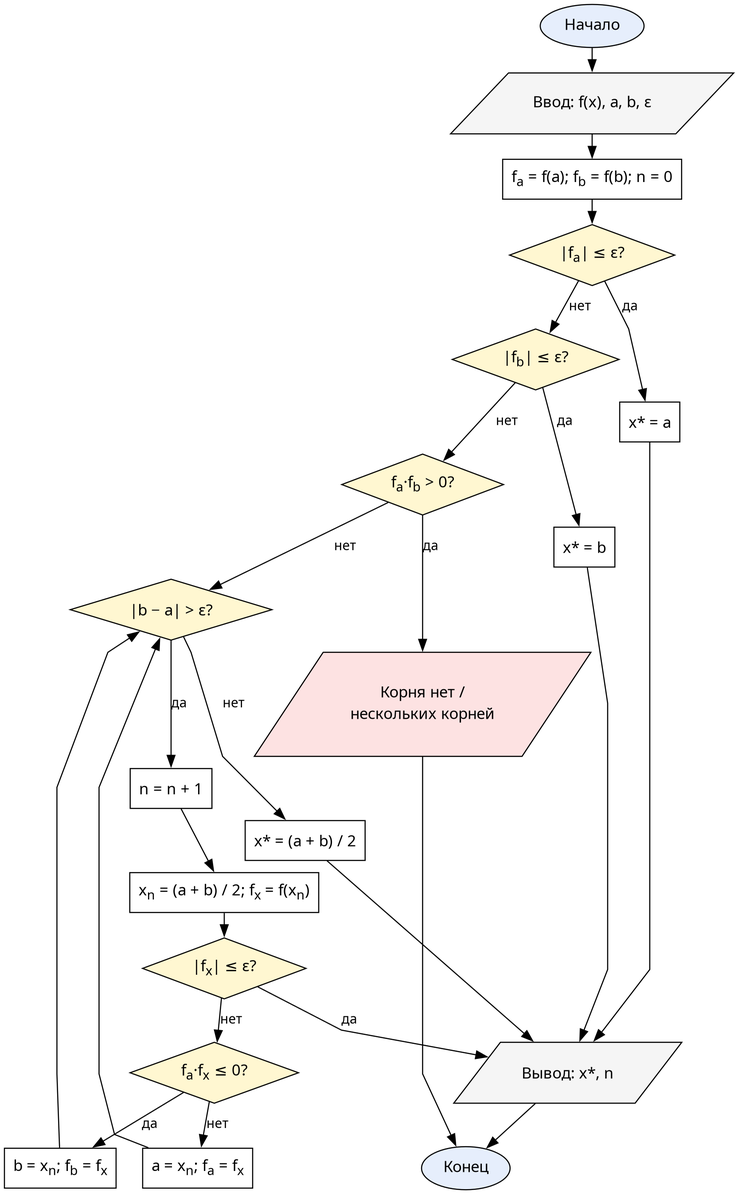
This is doc/resources/flowcharts/dihotomy.png from Oriptal/calc-math-lab2, a Graphviz export, as it was before one commit. Its source is kept beside it as doc/resources/flowcharts/dihotomy.dot.
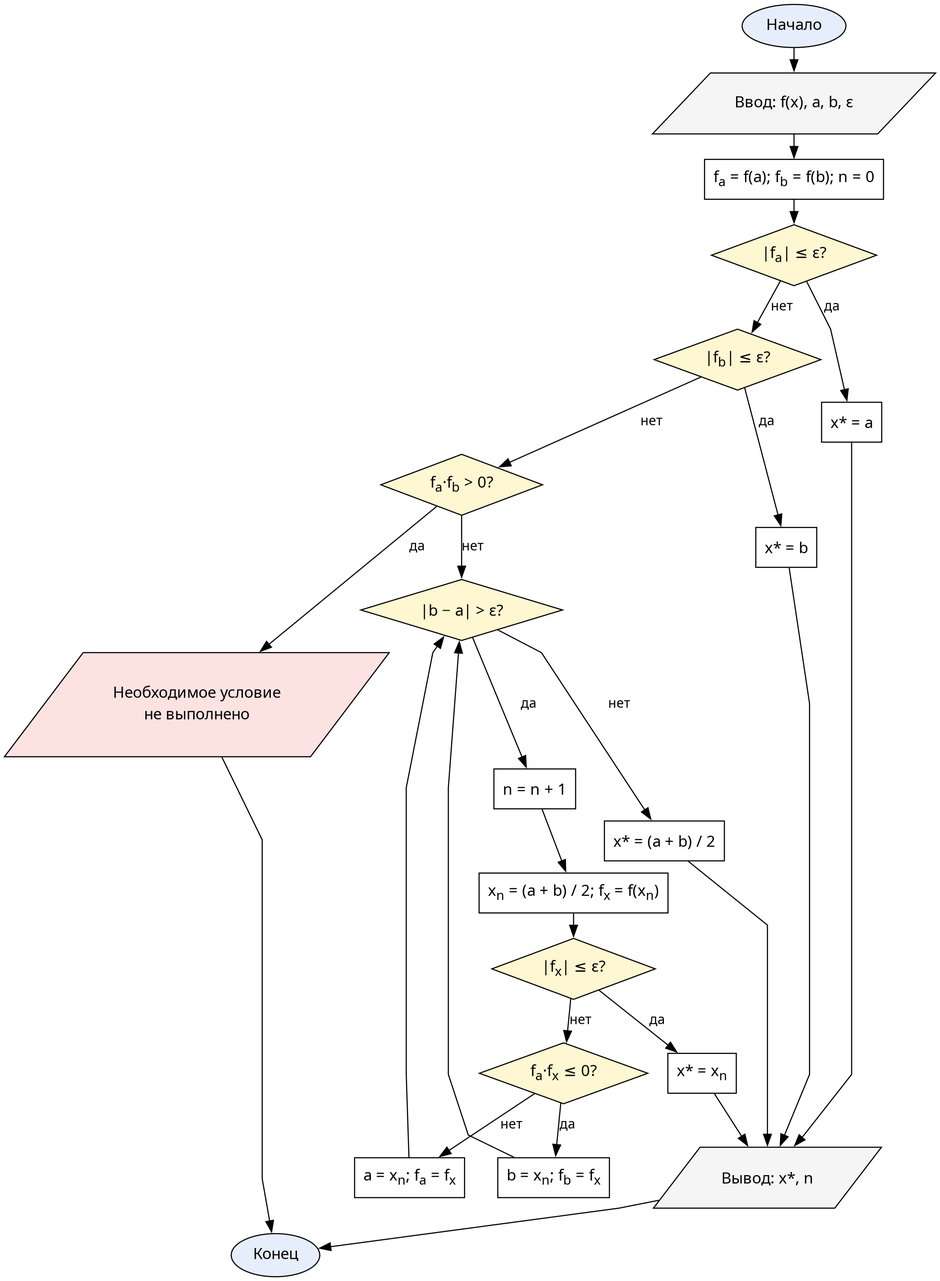
The same diagram one commit later.

What changed in the source:
```diff
@@ -12,7 +12,7 @@
   chkB  [label=<|f<SUB>b</SUB>| ≤ ε?>, shape=diamond, fillcolor="#fff7d1"]
   retB  [label=<x* = b>, shape=box]
   chkSign [label=<f<SUB>a</SUB>·f<SUB>b</SUB> &gt; 0?>, shape=diamond, fillcolor="#fff7d1"]
-  errNoRoot [label="Корня нет /\nнескольких корней", shape=parallelogram, fillcolor="#fde2e2"]
+  errNoRoot [label="Необходимое условие\nне выполнено", shape=parallelogram, fillcolor="#fde2e2"]
 
   loopCond [label=<|b − a| &gt; ε?>, shape=diamond, fillcolor="#fff7d1"]
   incr   [label=<n = n + 1>, shape=box]
@@ -23,6 +23,7 @@
   setB   [label=<b = x<SUB>n</SUB>; f<SUB>b</SUB> = f<SUB>x</SUB>>, shape=box]
   setA   [label=<a = x<SUB>n</SUB>; f<SUB>a</SUB> = f<SUB>x</SUB>>, shape=box]
 
+  setStarInner [label=<x* = x<SUB>n</SUB>>, shape=box]
   finalX [label=<x* = (a + b) / 2>, shape=box]
   output [label=<Вывод: x*, n>, shape=parallelogram, fillcolor="#f5f5f5"]
   stop   [label="Конец", shape=oval, fillcolor="#e6eefc"]
@@ -41,7 +42,8 @@
   loopCond -> incr [label="да"]
   incr -> mid
   mid -> chkFx
-  chkFx -> output [label="да",]
+  chkFx -> setStarInner [label="да"]
+  setStarInner -> output
   chkFx -> chkHalf [label="нет"]
   chkHalf -> setB [label="да"]
   chkHalf -> setA [label="нет"]
```
